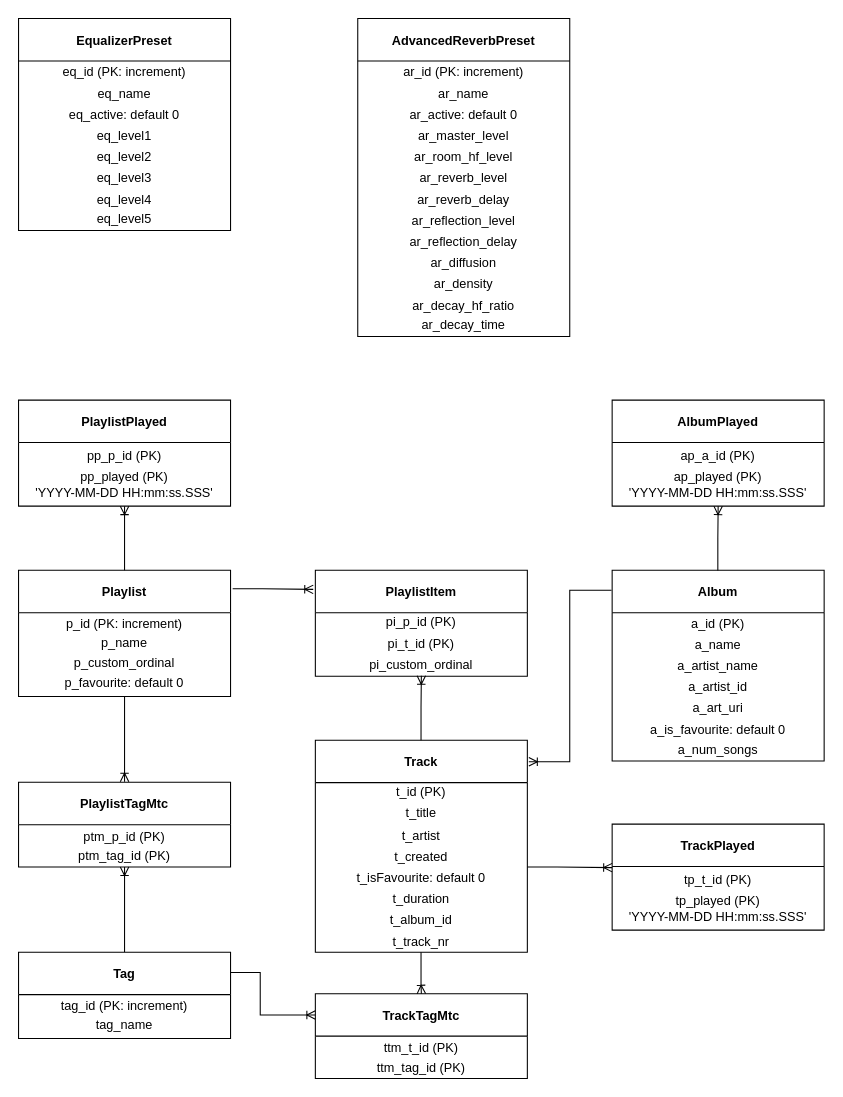
This is musicplayer_schema.drawio from Lohni/Musicplayer, a draw.io file, before an edit. Source tidied: cells renumbered, new cells numbered last; positions are measured from the earlier drawing's top-left corner, leaving out a move shared by most shapes. Both pictures are drawn from the tidied source at 106%, with x=0, y=0 at pixel (18, 18).
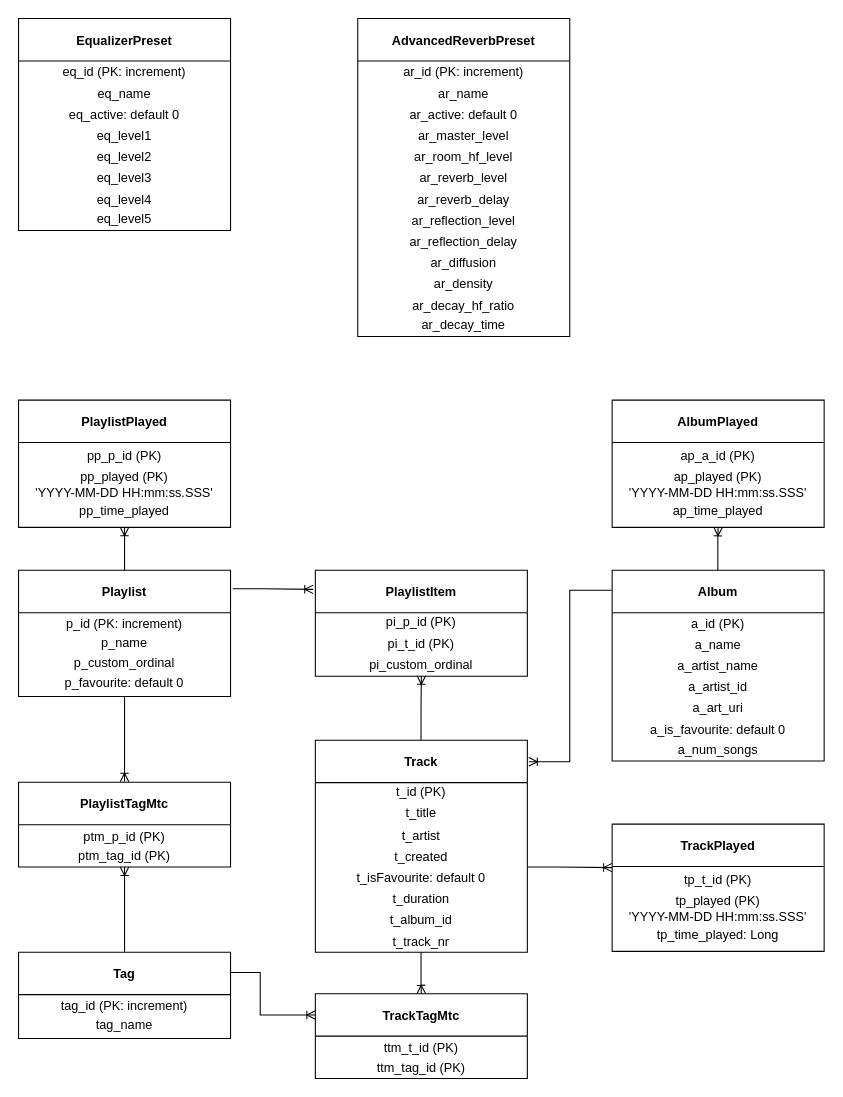
Above is the later version.

Unchanged cells that the change refers to:
```xml
<mxCell id="16" value="Playlist" style="swimlane;startSize=40;" parent="15" vertex="1">
  <mxGeometry width="200" height="119" as="geometry" />
</mxCell>
```

Change to the diagram source:
```diff
@@
     <mxCell id="12" value="TrackPlayed" style="swimlane;startSize=40;" parent="1" vertex="1">
-      <mxGeometry x="560" y="760" width="200" height="100" as="geometry" />
+      <mxGeometry x="560" y="760" width="200" height="120" as="geometry" />
     </mxCell>
@@
     <mxCell id="61" value="AlbumPlayed" style="swimlane;startSize=40;" parent="1" vertex="1">
-      <mxGeometry x="560" y="360" width="200" height="100" as="geometry" />
+      <mxGeometry x="560" y="360" width="200" height="120" as="geometry" />
     </mxCell>
@@
     <mxCell id="64" value="PlaylistPlayed" style="swimlane;startSize=40;" parent="1" vertex="1">
-      <mxGeometry y="360" width="200" height="100" as="geometry" />
+      <mxGeometry y="360" width="200" height="120" as="geometry" />
     </mxCell>
@@
     <mxCell id="76" style="edgeStyle=orthogonalEdgeStyle;rounded=0;jettySize=auto;html=1;exitX=0.5;exitY=0;exitDx=0;exitDy=0;endArrow=ERoneToMany;endFill=0;" parent="1" edge="1" source="16">
       <mxGeometry relative="1" as="geometry">
-        <mxPoint x="100" y="460" as="targetPoint" />
+        <mxPoint x="100" y="480" as="targetPoint" />
       </mxGeometry>
     </mxCell>
@@
     <mxCell id="82" style="edgeStyle=orthogonalEdgeStyle;rounded=0;orthogonalLoop=1;jettySize=auto;html=1;exitX=0.5;exitY=0;exitDx=0;exitDy=0;endArrow=ERoneToMany;endFill=0;" parent="1" edge="1">
       <mxGeometry relative="1" as="geometry">
         <mxPoint x="659.7" y="520.8" as="sourcePoint" />
-        <mxPoint x="660" y="460" as="targetPoint" />
+        <mxPoint x="660" y="480" as="targetPoint" />
         <Array as="points">
           <mxPoint x="660" y="490" />
           <mxPoint x="660" y="490" />
         </Array>
       </mxGeometry>
     </mxCell>
@@
+    <mxCell id="84" value="tp_time_played: Long" style="text;html=1;strokeColor=none;fillColor=none;align=center;verticalAlign=middle;whiteSpace=wrap;rounded=0;" parent="1" vertex="1">
+      <mxGeometry x="570" y="855" width="180" height="20" as="geometry" />
+    </mxCell>
+    <mxCell id="85" value="pp_time_played" style="text;html=1;strokeColor=none;fillColor=none;align=center;verticalAlign=middle;whiteSpace=wrap;rounded=0;" parent="1" vertex="1">
+      <mxGeometry x="10" y="455" width="180" height="20" as="geometry" />
+    </mxCell>
+    <mxCell id="86" value="ap_time_played" style="text;html=1;strokeColor=none;fillColor=none;align=center;verticalAlign=middle;whiteSpace=wrap;rounded=0;" parent="1" vertex="1">
+      <mxGeometry x="570" y="455" width="180" height="20" as="geometry" />
+    </mxCell>
```
